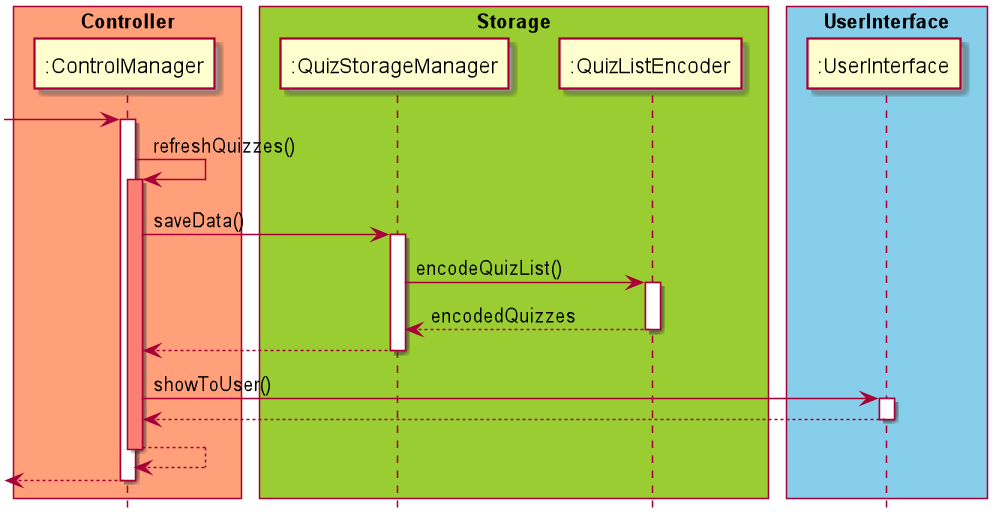
untitle4/tp keeps this PlantUML diagram as docs/diagram/QuizWriteStorage.png. Above is the earlier version.
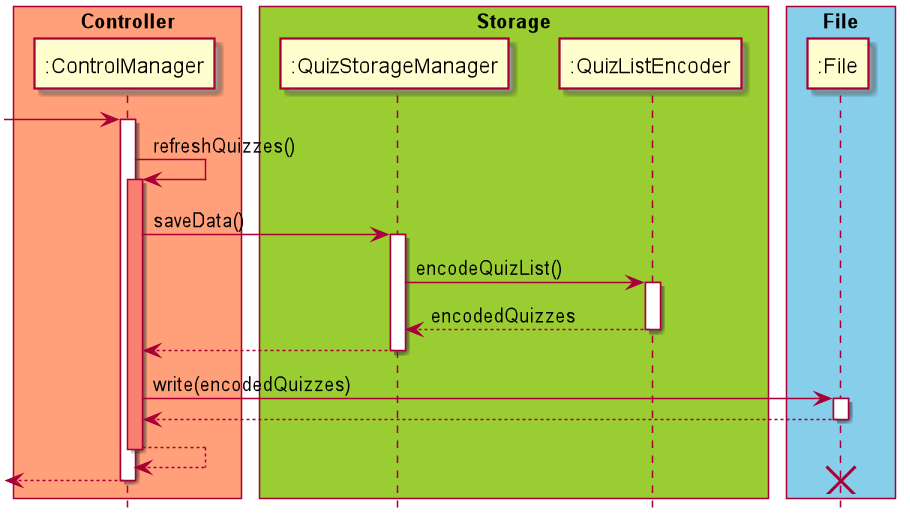
The same diagram one commit later.

The edit, as a diff of the source:
```diff
@@ -13,8 +13,8 @@
 participant ":QuizListEncoder"
 end box
 
-box "UserInterface" #skyblue
-participant ":UserInterface"
+box "File" #skyblue
+participant ":File"
 end box
 
 -> ":ControlManager"
@@ -29,13 +29,14 @@
 deactivate ":QuizListEncoder"
 ":QuizStorageManager" --> ":ControlManager"
 deactivate ":QuizStorageManager"
-":ControlManager" -> ":UserInterface" : showToUser()
-activate ":UserInterface"
-":UserInterface" --> ":ControlManager"
-deactivate ":UserInterface"
+":ControlManager" -> ":File" : write(encodedQuizzes)
+activate ":File"
+":File" --> ":ControlManager"
+deactivate ":File"
 ":ControlManager" --> ":ControlManager"
 deactivate ":ControlManager"
 <-- ":ControlManager"
 deactivate ":ControlManager"
+destroy ":File"
 
 @enduml
```
